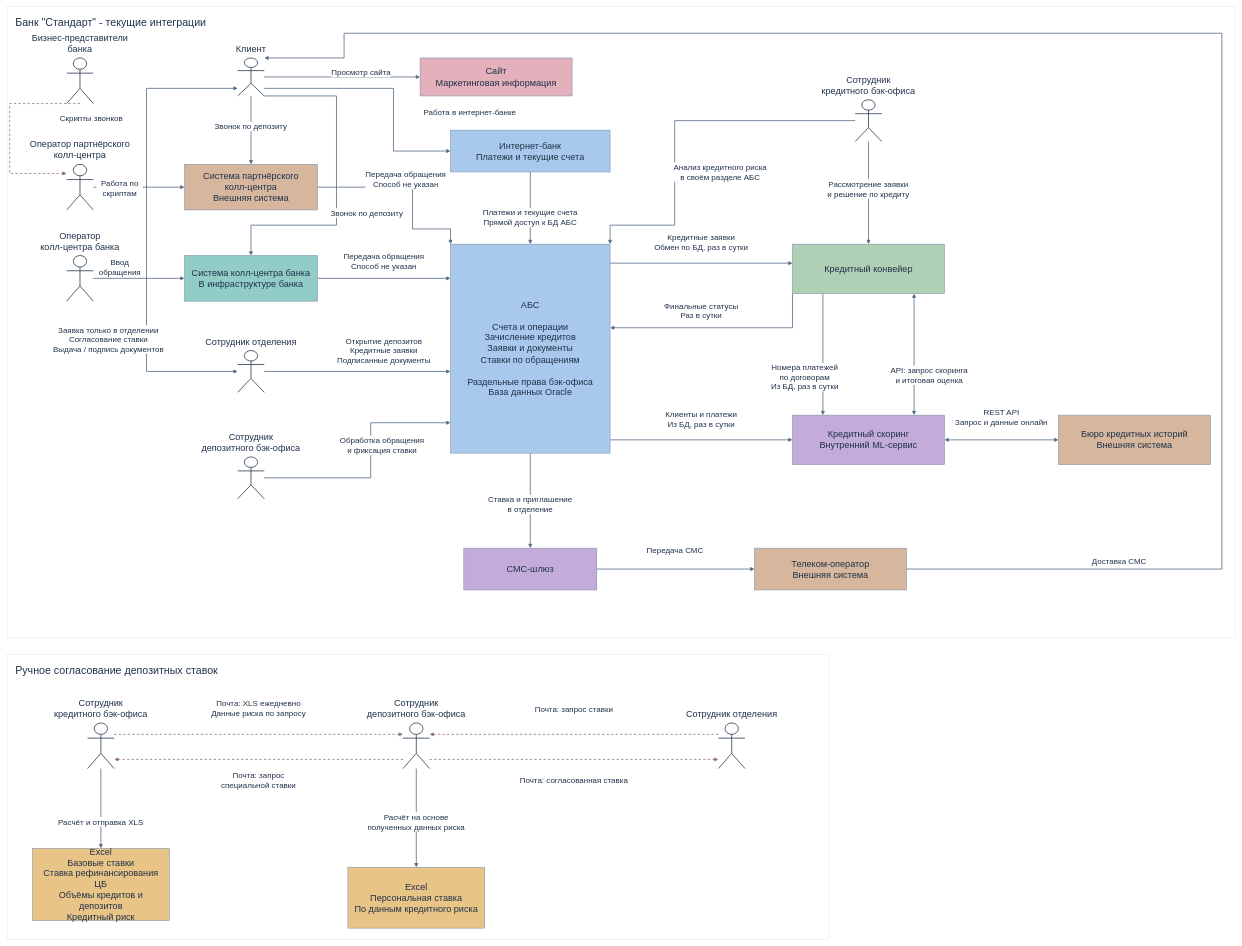
Above: Task1/integrations.drawio in AndyMcFishka/architecture-pro-standart (draw.io), before the change. Source tidied: cells renumbered, new cells numbered last; positions are measured from the earlier drawing's top-left corner, leaving out a move shared by most shapes. Both pictures are drawn from the tidied source at 38%, with x=0, y=0 at pixel (8, 6).
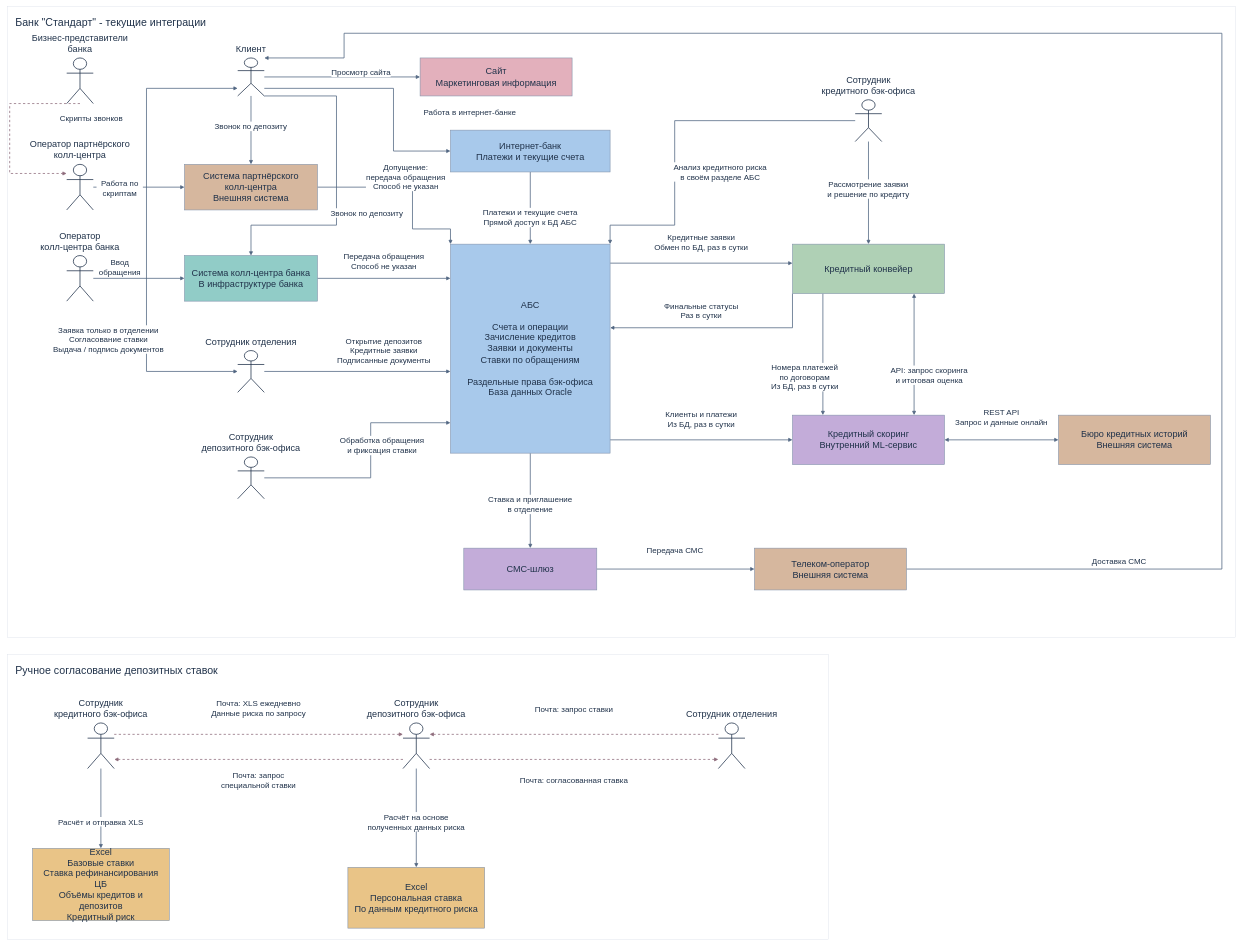
The same page after the edit.

Unchanged cells that the change refers to:
```xml
<mxCell id="13" value="АБС&#10;&#10;Счета и операции&#10;Зачисление кредитов&#10;Заявки и документы&#10;Ставки по обращениям&#10;&#10;Раздельные права бэк-офиса&#10;База данных Oracle" style="rounded=0;arcSize=20;whiteSpace=wrap;html=0;fillColor=#a8c9eb;strokeColor=#8092aa;strokeWidth=1.5;fontFamily=Arial;fontSize=24;fontColor=#20324a;spacing=12;align=center;verticalAlign=middle;" parent="3" vertex="1">
  <mxGeometry x="1165" y="625" width="420" height="550" as="geometry" />
</mxCell>
<mxCell id="51" value="Система партнёрского&#10;колл-центра&#10;Внешняя система" style="rounded=0;arcSize=20;whiteSpace=wrap;html=0;fillColor=#d6b79e;strokeColor=#8092aa;strokeWidth=1.5;fontFamily=Arial;fontSize=24;fontColor=#20324a;spacing=12;align=center;verticalAlign=middle;" parent="3" vertex="1">
  <mxGeometry x="465" y="415" width="350" height="120" as="geometry" />
</mxCell>
```

Diff of the diagram source:
```diff
@@
-    <mxCell id="57" value="Передача обращения&#10;Способ не указан" style="edgeStyle=segmentEdgeStyle;rounded=0;html=0;endArrow=block;endFill=1;startArrow=none;startFill=1;strokeColor=#506580;strokeWidth=2;dashed=0;fontFamily=Arial;fontSize=21;fontColor=#20324a;labelBackgroundColor=#ffffff;whiteSpace=wrap;exitX=1;exitY=0.5;entryX=0;entryY=0;exitPerimeter=0;entryPerimeter=0;labelWidth=215;spacing=0;" parent="2" edge="1" source="51" target="13">
+    <mxCell id="57" value="Допущение:&#10;передача обращения&#10;Способ не указан" style="edgeStyle=segmentEdgeStyle;rounded=0;html=0;endArrow=block;endFill=1;startArrow=none;startFill=1;strokeColor=#506580;strokeWidth=2;dashed=0;fontFamily=Arial;fontSize=21;fontColor=#20324a;labelBackgroundColor=#ffffff;whiteSpace=wrap;exitX=1;exitY=0.5;entryX=0;entryY=0;exitPerimeter=0;entryPerimeter=0;labelWidth=215;spacing=0;" parent="2" edge="1" source="51" target="13">
       <mxGeometry relative="1" as="geometry">
         <Array as="points">
           <mxPoint x="1065" y="475" />
           <mxPoint x="1065" y="585" />
           <mxPoint x="1165" y="585" />
         </Array>
-        <mxPoint x="-17.5" y="-20" as="offset" />
+        <mxPoint x="-17.5" y="-27.5" as="offset" />
       </mxGeometry>
     </mxCell>
```
